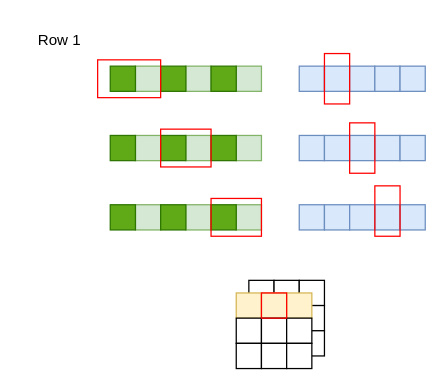
This is page "第 5 页" (5 of 6) of LAB/AOC_2024_Lab4/AOC_LAB4.drawio from kevin199907/AOC, a draw.io file, before an edit. Source tidied: cells renumbered, new cells numbered last; positions are measured from the earlier drawing's top-left corner, leaving out a move shared by most shapes. Both pictures are drawn from the tidied source at 126%, with x=0, y=0 at pixel (21, 21).
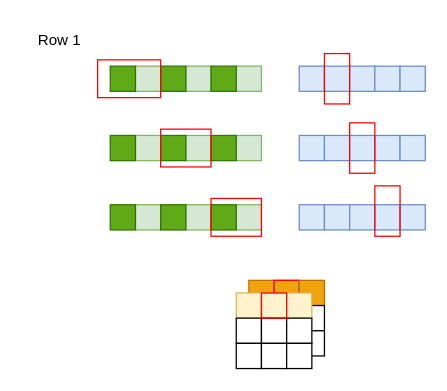
The same page after the edit.

The edit, as a diff of the source:
```diff
@@
-    <mxCell id="42" style="rounded=0;whiteSpace=wrap;html=1;" parent="1" vertex="1">
-      <mxGeometry x="180" y="205" width="20" height="20" as="geometry" />
-    </mxCell>
-    <mxCell id="43" style="rounded=0;whiteSpace=wrap;html=1;" parent="1" vertex="1">
-      <mxGeometry x="200" y="205" width="20" height="20" as="geometry" />
-    </mxCell>
-    <mxCell id="44" style="rounded=0;whiteSpace=wrap;html=1;" parent="1" vertex="1">
-      <mxGeometry x="220" y="205" width="20" height="20" as="geometry" />
-    </mxCell>
+    <mxCell id="61" style="rounded=0;whiteSpace=wrap;html=1;fillColor=#f0a30a;fontColor=#000000;strokeColor=#BD7000;" parent="1" vertex="1">
+      <mxGeometry x="200" y="205" width="20" height="20" as="geometry" />
+    </mxCell>
+    <mxCell id="62" style="rounded=0;whiteSpace=wrap;html=1;fillColor=#f0a30a;fontColor=#000000;strokeColor=#BD7000;" parent="1" vertex="1">
+      <mxGeometry x="180" y="205" width="20" height="20" as="geometry" />
+    </mxCell>
+    <mxCell id="63" style="rounded=0;whiteSpace=wrap;html=1;fillColor=none;strokeColor=#FF0000;" parent="1" vertex="1">
+      <mxGeometry x="200" y="205" width="20" height="20" as="geometry" />
+    </mxCell>
+    <mxCell id="64" style="rounded=0;whiteSpace=wrap;html=1;fillColor=#f0a30a;fontColor=#000000;strokeColor=#BD7000;" parent="1" vertex="1">
+      <mxGeometry x="220" y="205" width="20" height="20" as="geometry" />
+    </mxCell>
```
